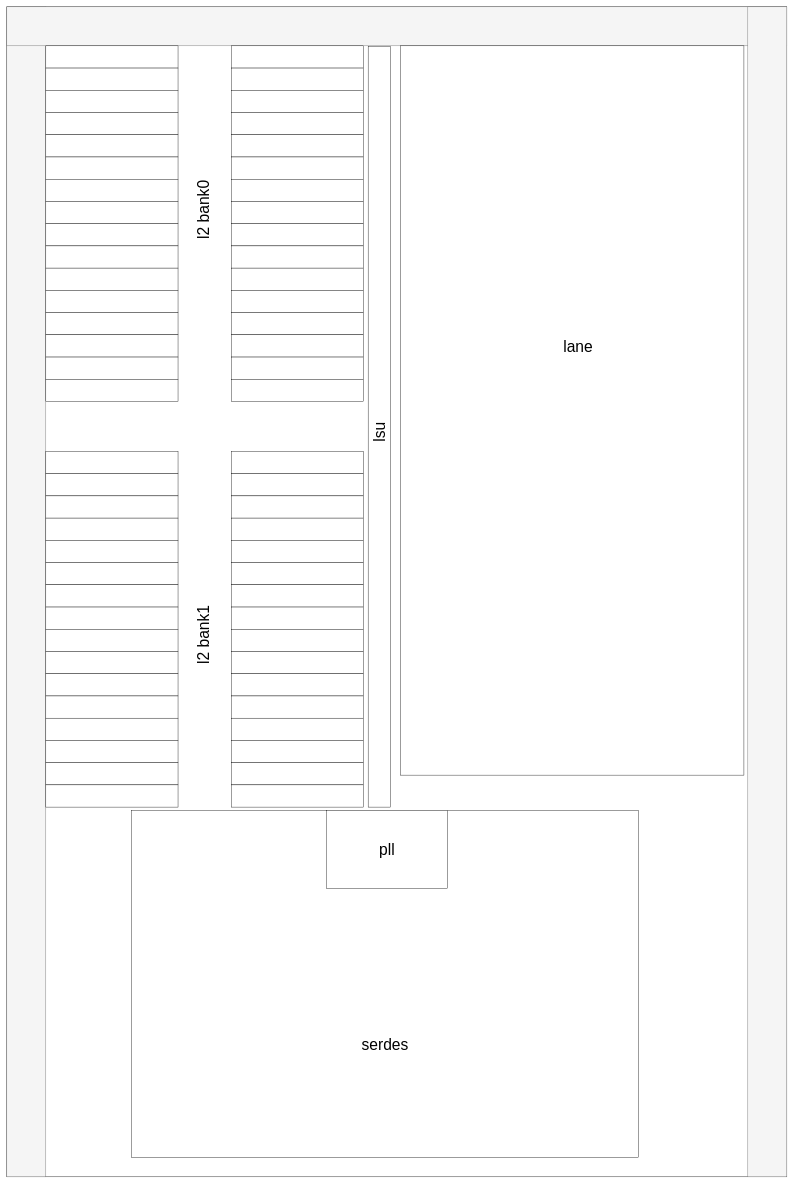
This is page "2*3" (4 of 5) of v/doc/rvv.drawio from qinjun-li/v, a draw.io file, before an edit. Source tidied: cells renumbered, new cells numbered last; positions are measured from the earlier drawing's top-left corner, leaving out a move shared by most shapes. Both pictures are drawn from the tidied source at 39%, with x=0, y=0 at pixel (7, 7).
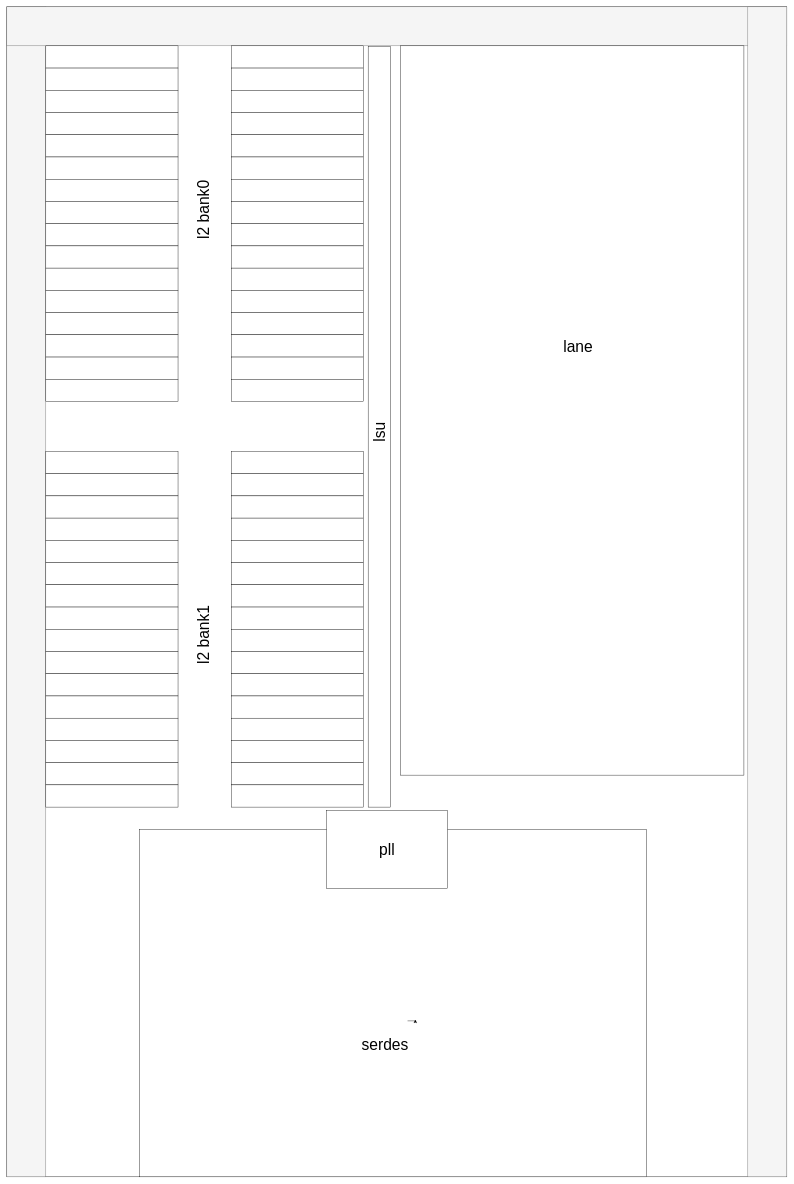
The same page after the edit.

Unchanged cells that the change refers to:
```xml
<mxCell id="80" value="&lt;font style=&quot;font-size: 40px;&quot;&gt;serdes&lt;/font&gt;" style="text;html=1;strokeColor=none;fillColor=none;align=center;verticalAlign=middle;whiteSpace=wrap;rounded=0;" parent="1" vertex="1">
  <mxGeometry x="855" y="2600" width="230" height="120" as="geometry" />
</mxCell>
```

What changed in the source:
```diff
@@
     <mxCell id="76" style="rounded=0;whiteSpace=wrap;html=1;" parent="1" vertex="1">
-      <mxGeometry x="320" y="2060" width="1300" height="890" as="geometry" />
+      <mxGeometry x="340" y="2110" width="1300" height="890" as="geometry" />
     </mxCell>
@@
+    <mxCell id="84" style="edgeStyle=orthogonalEdgeStyle;rounded=0;orthogonalLoop=1;jettySize=auto;html=1;exitX=0.75;exitY=0;exitDx=0;exitDy=0;entryX=0.837;entryY=-0.025;entryDx=0;entryDy=0;entryPerimeter=0;" parent="1" edge="1" source="80" target="80">
+      <mxGeometry relative="1" as="geometry" />
+    </mxCell>
```
